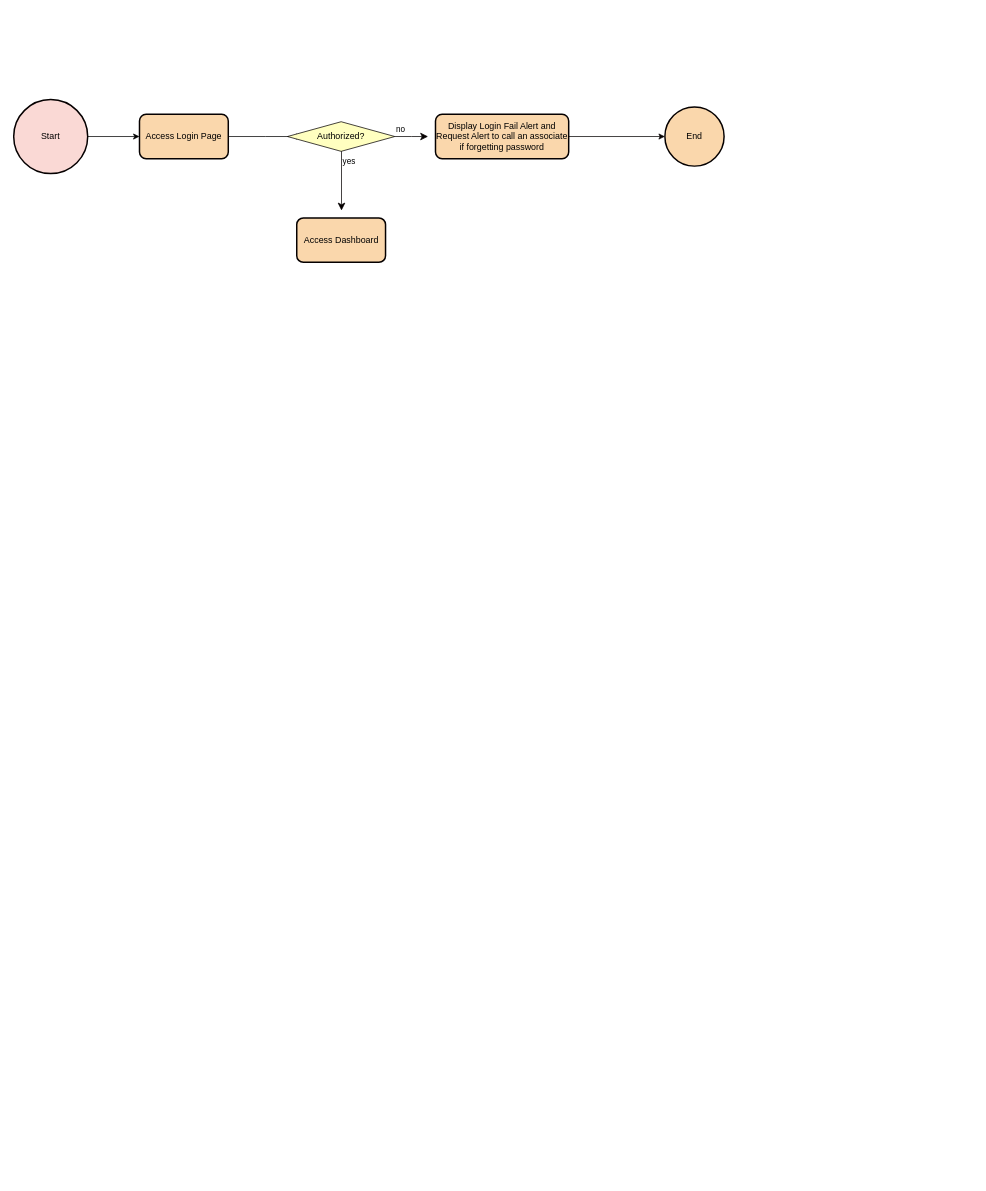
meezin/klb-client-dashboard-flow-chart keeps this draw.io diagram as klb_client_dashboard_flowChart.drawio.xml. Above is the earlier version. Source tidied: cells renumbered, new cells numbered last; positions are measured from the earlier drawing's top-left corner, leaving out a move shared by most shapes. Both pictures are drawn from the tidied source at 74%, with x=0, y=0 at pixel (13, 99).
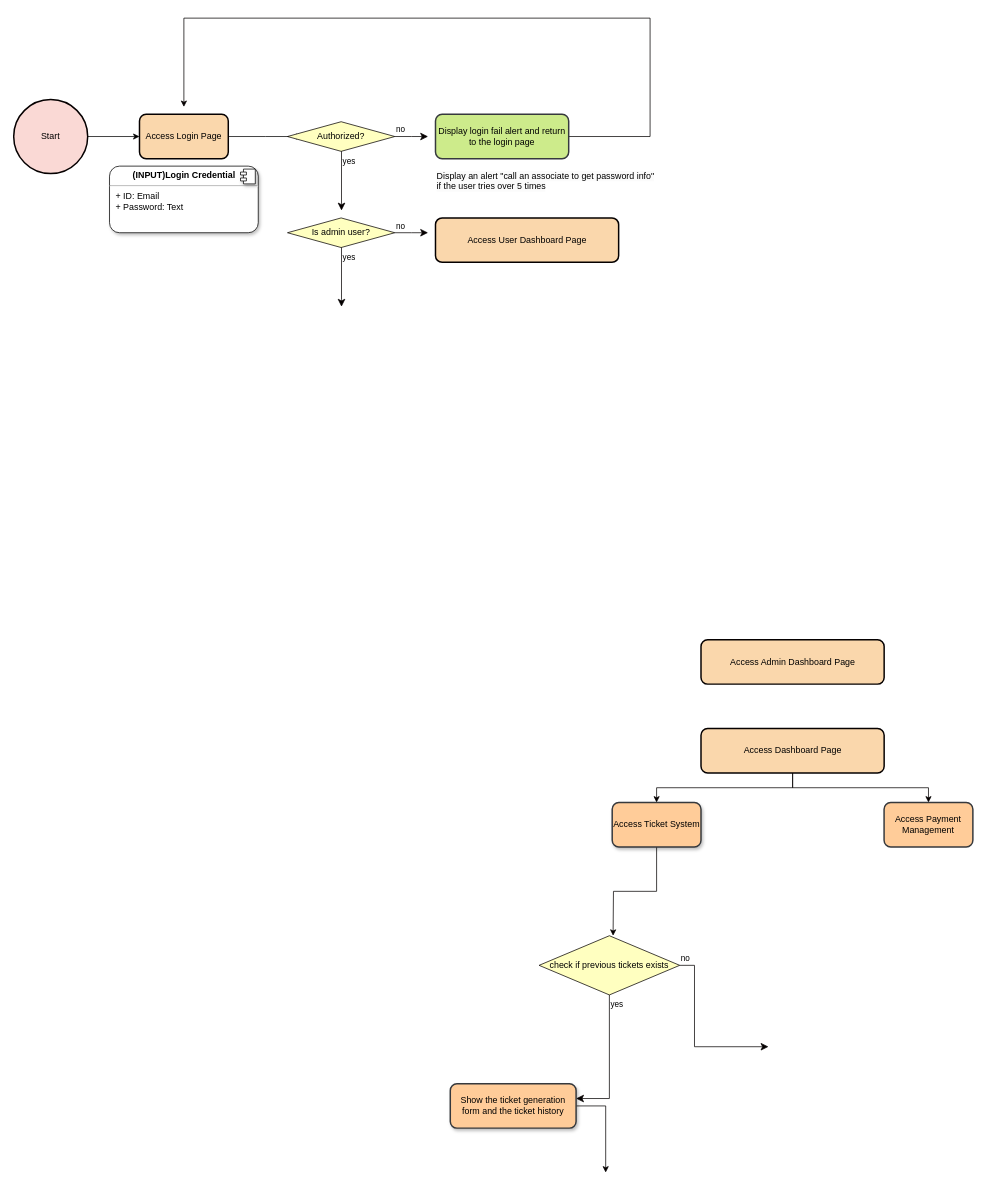
The same diagram, later.

The edit, as a diff of the source:
```diff
@@
-    <mxCell id="9" style="edgeStyle=orthogonalEdgeStyle;rounded=0;jettySize=auto;html=1;strokeColor=#050000;endArrow=classic;endFill=1;" parent="1" edge="1" source="10" target="12">
-      <mxGeometry relative="1" as="geometry" />
+    <mxCell id="9" style="edgeStyle=orthogonalEdgeStyle;rounded=0;jettySize=auto;html=1;strokeColor=#050000;endArrow=classic;endFill=1;" parent="1" edge="1" source="10">
+      <mxGeometry relative="1" as="geometry">
+        <mxPoint x="230" y="10" as="targetPoint" />
+        <Array as="points">
+          <mxPoint x="860" y="50" />
+          <mxPoint x="860" y="-110" />
+          <mxPoint x="230" y="-110" />
+        </Array>
+      </mxGeometry>
     </mxCell>
-    <mxCell id="10" value="Display Login Fail Alert and Request Alert to call an associate if forgetting password" style="rounded=1;whiteSpace=wrap;html=1;strokeWidth=2;fillColor=#fad7ac;strokeColor=#050000;" parent="1" vertex="1">
+    <mxCell id="10" value="Display login fail alert and return to the login page" style="rounded=1;whiteSpace=wrap;html=1;strokeWidth=2;fillColor=#cdeb8b;strokeColor=#36393d;" parent="1" vertex="1">
       <mxGeometry x="570" y="20" width="180" height="60" as="geometry" />
     </mxCell>
+    <mxCell id="13" style="edgeStyle=orthogonalEdgeStyle;rounded=0;jettySize=auto;html=1;strokeColor=#050000;endArrow=classic;endFill=1;" parent="1" edge="1" source="11" target="16">
+      <mxGeometry relative="1" as="geometry" />
+    </mxCell>
+    <mxCell id="14" style="edgeStyle=orthogonalEdgeStyle;rounded=0;jettySize=auto;html=1;strokeColor=#050000;endArrow=classic;endFill=1;" parent="1" edge="1" source="11" target="17">
+      <mxGeometry relative="1" as="geometry" />
+    </mxCell>
-    <mxCell id="11" value="Access Dashboard" style="rounded=1;whiteSpace=wrap;html=1;strokeWidth=2;fillColor=#fad7ac;strokeColor=#050000;" parent="1" vertex="1">
-      <mxGeometry x="382.5" y="160" width="120" height="60" as="geometry" />
+    <mxCell id="11" value="Access Dashboard Page&lt;br&gt;" style="rounded=1;whiteSpace=wrap;html=1;strokeWidth=2;fillColor=#fad7ac;strokeColor=#050000;" parent="1" vertex="1">
+      <mxGeometry x="928.8" y="850" width="247.5" height="60" as="geometry" />
     </mxCell>
-    <mxCell id="12" value="End" style="ellipse;whiteSpace=wrap;html=1;fillColor=#fad7ac;strokeColor=#050000;fontColor=rgb(0, 0, 0);rounded=1;strokeWidth=2;" parent="1" vertex="1">
-      <mxGeometry x="880" y="10" width="80" height="80" as="geometry" />
-    </mxCell>
+    <mxCell id="15" style="edgeStyle=orthogonalEdgeStyle;rounded=0;jettySize=auto;html=1;strokeColor=#050000;endArrow=classic;endFill=1;" parent="1" edge="1" source="16">
+      <mxGeometry relative="1" as="geometry">
+        <mxPoint x="810" y="1130" as="targetPoint" />
+      </mxGeometry>
+    </mxCell>
+    <mxCell id="16" value="Access Ticket System" style="whiteSpace=wrap;html=1;fillColor=#ffcc99;strokeColor=#36393d;rounded=1;strokeWidth=2;shadow=1;" parent="1" vertex="1">
+      <mxGeometry x="808.8" y="950" width="120" height="60" as="geometry" />
+    </mxCell>
+    <mxCell id="17" value="Access Payment Management" style="whiteSpace=wrap;html=1;fillColor=#ffcc99;strokeColor=#36393d;rounded=1;strokeWidth=2;" parent="1" vertex="1">
+      <mxGeometry x="1176.2" y="950" width="120" height="60" as="geometry" />
+    </mxCell>
+    <mxCell id="18" style="edgeStyle=orthogonalEdgeStyle;rounded=0;jettySize=auto;html=1;strokeColor=#050000;endArrow=classic;endFill=1;" parent="1" edge="1" source="19">
+      <mxGeometry relative="1" as="geometry">
+        <mxPoint x="800" y="1450" as="targetPoint" />
+        <Array as="points">
+          <mxPoint x="800" y="1360" />
+        </Array>
+      </mxGeometry>
+    </mxCell>
+    <mxCell id="19" value="Show the ticket generation form and the ticket history" style="whiteSpace=wrap;html=1;fillColor=#ffcc99;strokeColor=#36393d;fontColor=rgb(0, 0, 0);rounded=1;strokeWidth=2;shadow=1;" parent="1" vertex="1">
+      <mxGeometry x="590" y="1330" width="170" height="60" as="geometry" />
+    </mxCell>
+    <mxCell id="20" value="check if previous tickets exists" style="rhombus;whiteSpace=wrap;html=1;fillColor=#ffffc0;strokeColor=#050000;" parent="1" vertex="1">
+      <mxGeometry x="710" y="1130" width="190" height="80" as="geometry" />
+    </mxCell>
+    <mxCell id="21" value="no" style="edgeStyle=orthogonalEdgeStyle;html=1;align=left;verticalAlign=bottom;endArrow=classic;endSize=8;strokeColor=#050000;rounded=0;endFill=1;" parent="1" edge="1" source="20">
+      <mxGeometry x="-1" relative="1" as="geometry">
+        <mxPoint x="1020" y="1280" as="targetPoint" />
+        <Array as="points">
+          <mxPoint x="920" y="1170" />
+          <mxPoint x="920" y="1280" />
+        </Array>
+      </mxGeometry>
+    </mxCell>
+    <mxCell id="22" value="yes" style="edgeStyle=orthogonalEdgeStyle;html=1;align=left;verticalAlign=top;endArrow=classic;endSize=8;strokeColor=#050000;rounded=0;endFill=1;" parent="1" edge="1" source="20">
+      <mxGeometry x="-1" relative="1" as="geometry">
+        <mxPoint x="760" y="1350" as="targetPoint" />
+        <Array as="points">
+          <mxPoint x="805" y="1350" />
+        </Array>
+      </mxGeometry>
+    </mxCell>
+    <mxCell id="23" value="&lt;span style=&quot;color: rgb(0, 0, 0); font-family: Helvetica; font-size: 12px; font-style: normal; font-variant-ligatures: normal; font-variant-caps: normal; font-weight: 400; letter-spacing: normal; orphans: 2; text-align: center; text-indent: 0px; text-transform: none; widows: 2; word-spacing: 0px; -webkit-text-stroke-width: 0px; background-color: rgb(251, 251, 251); text-decoration-thickness: initial; text-decoration-style: initial; text-decoration-color: initial; float: none; display: inline !important;&quot;&gt;Display an alert &quot;call an associate to get password info&quot; if the user tries over 5 times&lt;/span&gt;" style="text;whiteSpace=wrap;html=1;" parent="1" vertex="1">
+      <mxGeometry x="570" y="90" width="300" height="40" as="geometry" />
+    </mxCell>
+    <mxCell id="24" value="&lt;p style=&quot;margin:0px;margin-top:6px;text-align:center;&quot;&gt;&lt;b&gt;(INPUT)Login Credential&lt;/b&gt;&lt;/p&gt;&lt;hr&gt;&lt;p style=&quot;margin:0px;margin-left:8px;&quot;&gt;+ ID: Email&lt;br&gt;+ Password: Text&lt;/p&gt;" style="align=left;overflow=fill;html=1;rounded=1;shadow=1;strokeColor=default;" parent="1" vertex="1">
+      <mxGeometry x="129.5" y="90" width="201" height="90" as="geometry" />
+    </mxCell>
+    <mxCell id="25" style="shape=component;jettyWidth=8;jettyHeight=4;rounded=1;shadow=1;strokeColor=default;" parent="24" vertex="1">
+      <mxGeometry x="1" width="20" height="20" relative="1" as="geometry">
+        <mxPoint x="-24" y="4" as="offset" />
+      </mxGeometry>
+    </mxCell>
+    <mxCell id="26" value="Is admin user?" style="rhombus;whiteSpace=wrap;html=1;fillColor=#ffffc0;strokeColor=#050000;" parent="1" vertex="1">
+      <mxGeometry x="370" y="160" width="145" height="40" as="geometry" />
+    </mxCell>
+    <mxCell id="27" value="no" style="edgeStyle=orthogonalEdgeStyle;html=1;align=left;verticalAlign=bottom;endArrow=classic;endSize=8;strokeColor=#050000;rounded=0;endFill=1;" parent="1" edge="1" source="26">
+      <mxGeometry x="-1" relative="1" as="geometry">
+        <mxPoint x="560" y="180" as="targetPoint" />
+      </mxGeometry>
+    </mxCell>
+    <mxCell id="28" value="yes" style="edgeStyle=orthogonalEdgeStyle;html=1;align=left;verticalAlign=top;endArrow=classic;endSize=8;strokeColor=#050000;rounded=0;endFill=1;" parent="1" edge="1" source="26">
+      <mxGeometry x="-1" relative="1" as="geometry">
+        <mxPoint x="443" y="280" as="targetPoint" />
+        <Array as="points">
+          <mxPoint x="443" y="270" />
+        </Array>
+      </mxGeometry>
+    </mxCell>
+    <mxCell id="29" value="Access Admin Dashboard Page" style="rounded=1;whiteSpace=wrap;html=1;strokeWidth=2;fillColor=#fad7ac;strokeColor=#050000;" parent="1" vertex="1">
+      <mxGeometry x="928.8" y="730" width="247.5" height="60" as="geometry" />
+    </mxCell>
+    <mxCell id="30" value="Access User Dashboard Page" style="rounded=1;whiteSpace=wrap;html=1;strokeWidth=2;fillColor=#fad7ac;strokeColor=#050000;" parent="1" vertex="1">
+      <mxGeometry x="570" y="160" width="247.5" height="60" as="geometry" />
+    </mxCell>
```
